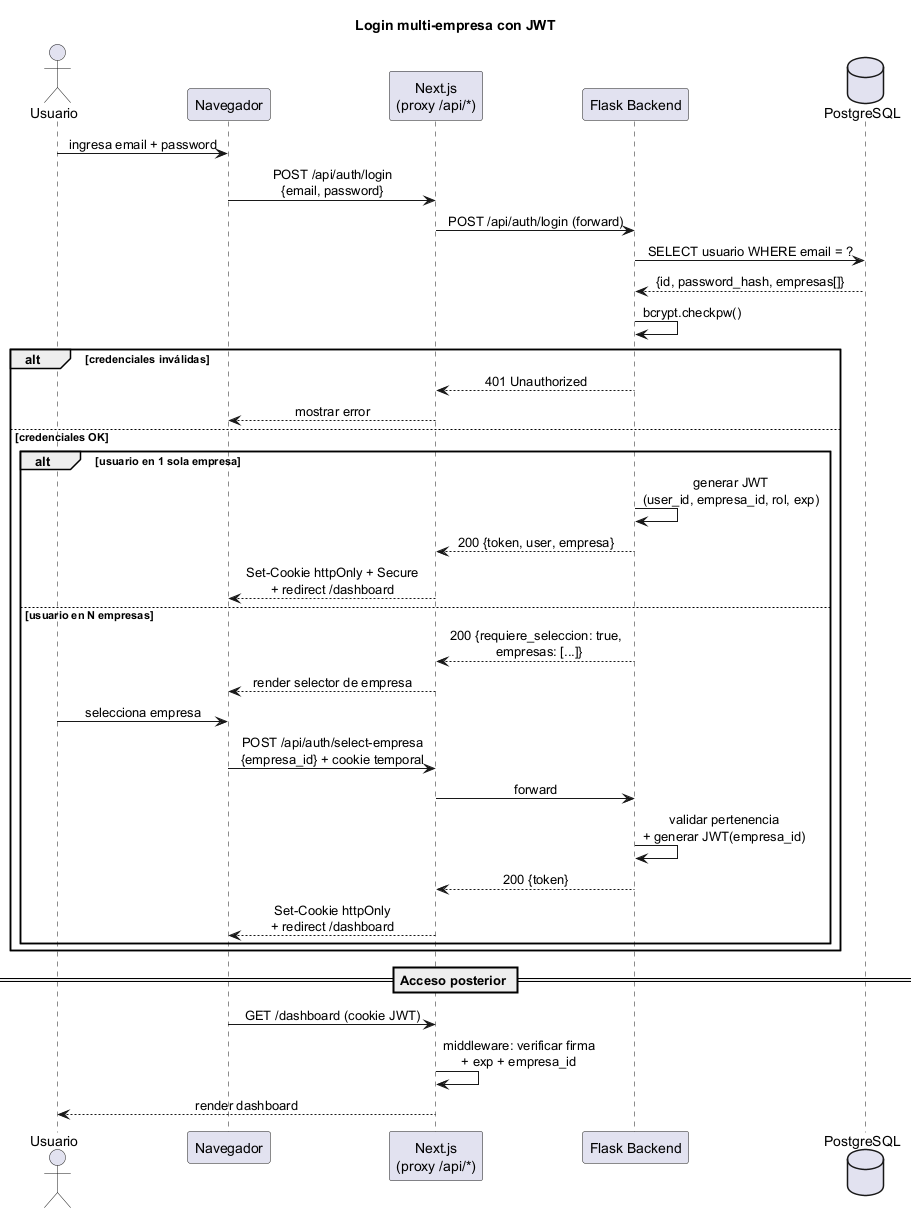
The PlantUML diagram Informe/diagrams/flujo_login_jwt.png in BorgTb/AsistenciaBackendFinal, before a commit.
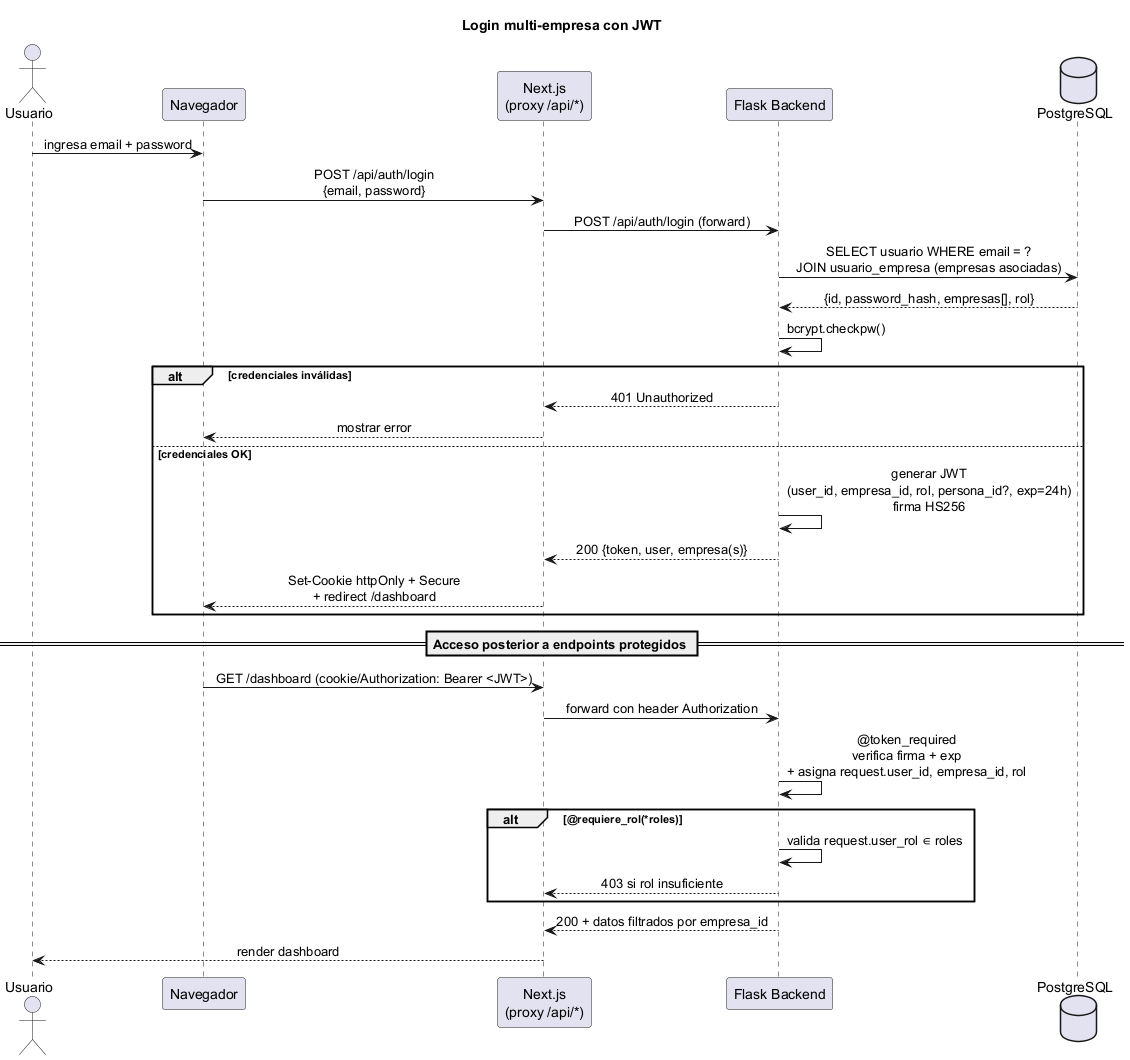
After the commit.

Change to the diagram source:
```diff
@@ -13,33 +13,28 @@
 Usuario -> Nav : ingresa email + password
 Nav -> Next : POST /api/auth/login\n{email, password}
 Next -> Flask : POST /api/auth/login (forward)
-Flask -> DB : SELECT usuario WHERE email = ?
-DB --> Flask : {id, password_hash, empresas[]}
+Flask -> DB : SELECT usuario WHERE email = ?\nJOIN usuario_empresa (empresas asociadas)
+DB --> Flask : {id, password_hash, empresas[], rol}
 Flask -> Flask : bcrypt.checkpw()
 
 alt credenciales inválidas
   Flask --> Next : 401 Unauthorized
   Next --> Nav : mostrar error
 else credenciales OK
-  alt usuario en 1 sola empresa
-    Flask -> Flask : generar JWT\n(user_id, empresa_id, rol, exp)
-    Flask --> Next : 200 {token, user, empresa}
-    Next --> Nav : Set-Cookie httpOnly + Secure\n+ redirect /dashboard
-  else usuario en N empresas
-    Flask --> Next : 200 {requiere_seleccion: true,\n  empresas: [...]}
-    Next --> Nav : render selector de empresa
-    Usuario -> Nav : selecciona empresa
-    Nav -> Next : POST /api/auth/select-empresa\n{empresa_id} + cookie temporal
-    Next -> Flask : forward
-    Flask -> Flask : validar pertenencia\n+ generar JWT(empresa_id)
-    Flask --> Next : 200 {token}
-    Next --> Nav : Set-Cookie httpOnly\n+ redirect /dashboard
-  end
+  Flask -> Flask : generar JWT\n(user_id, empresa_id, rol, persona_id?, exp=24h)\nfirma HS256
+  Flask --> Next : 200 {token, user, empresa(s)}
+  Next --> Nav : Set-Cookie httpOnly + Secure\n+ redirect /dashboard
 end
 
-== Acceso posterior ==
-Nav -> Next : GET /dashboard (cookie JWT)
-Next -> Next : middleware: verificar firma\n+ exp + empresa_id
+== Acceso posterior a endpoints protegidos ==
+Nav -> Next : GET /dashboard (cookie/Authorization: Bearer <JWT>)
+Next -> Flask : forward con header Authorization
+Flask -> Flask : @token_required\nverifica firma + exp\n+ asigna request.user_id, empresa_id, rol
+alt @requiere_rol(*roles)
+  Flask -> Flask : valida request.user_rol ∈ roles
+  Flask --> Next : 403 si rol insuficiente
+end
+Flask --> Next : 200 + datos filtrados por empresa_id
 Next --> Usuario : render dashboard
 
 @enduml
```
